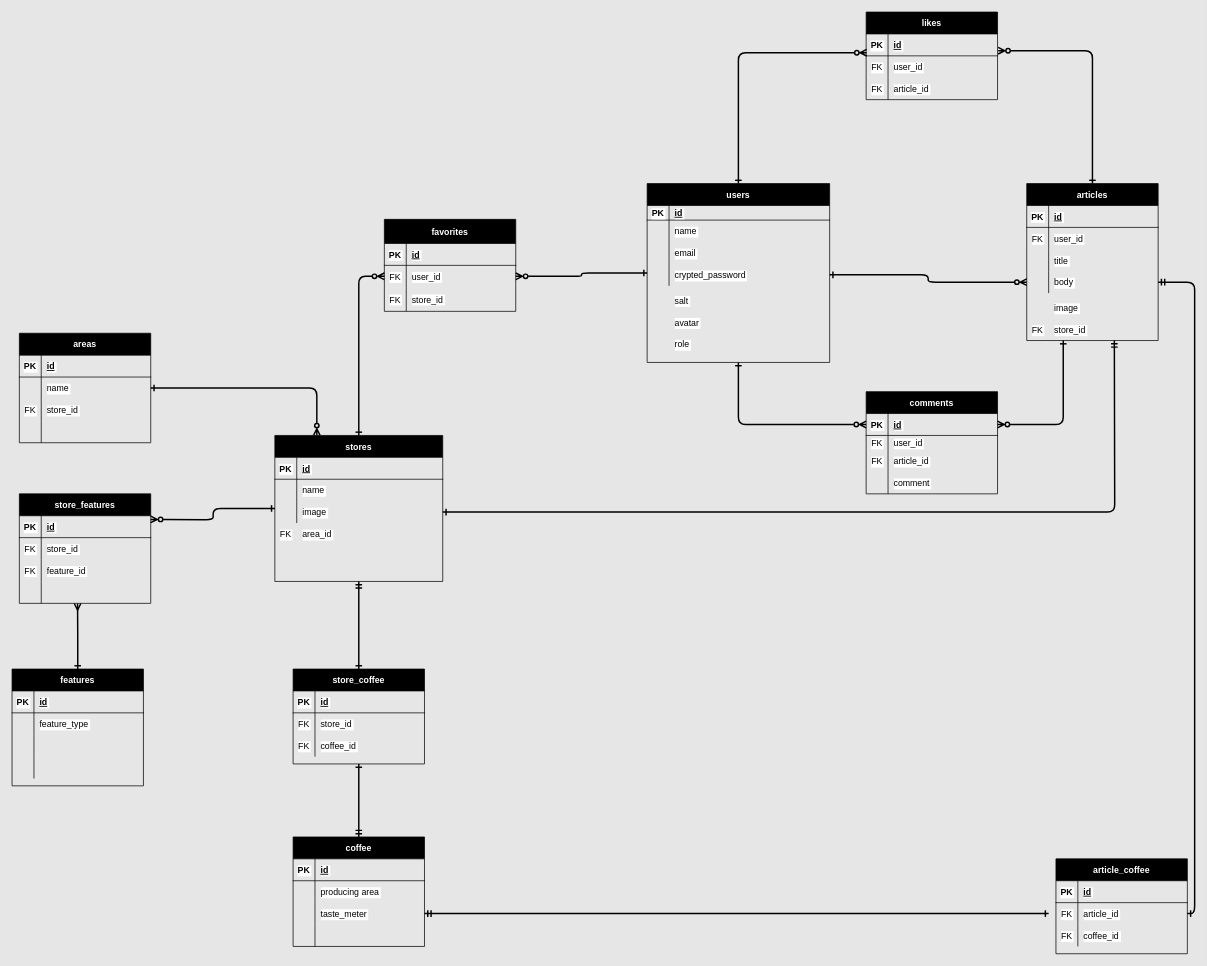
Above: er.drawio in oldnew194/cold_brew_app (draw.io), before the change. Source tidied: cells renumbered, new cells numbered last; positions are measured from the earlier drawing's top-left corner, leaving out a move shared by most shapes. Both pictures are drawn from the tidied source at 73%, with x=0, y=0 at pixel (12, 12).
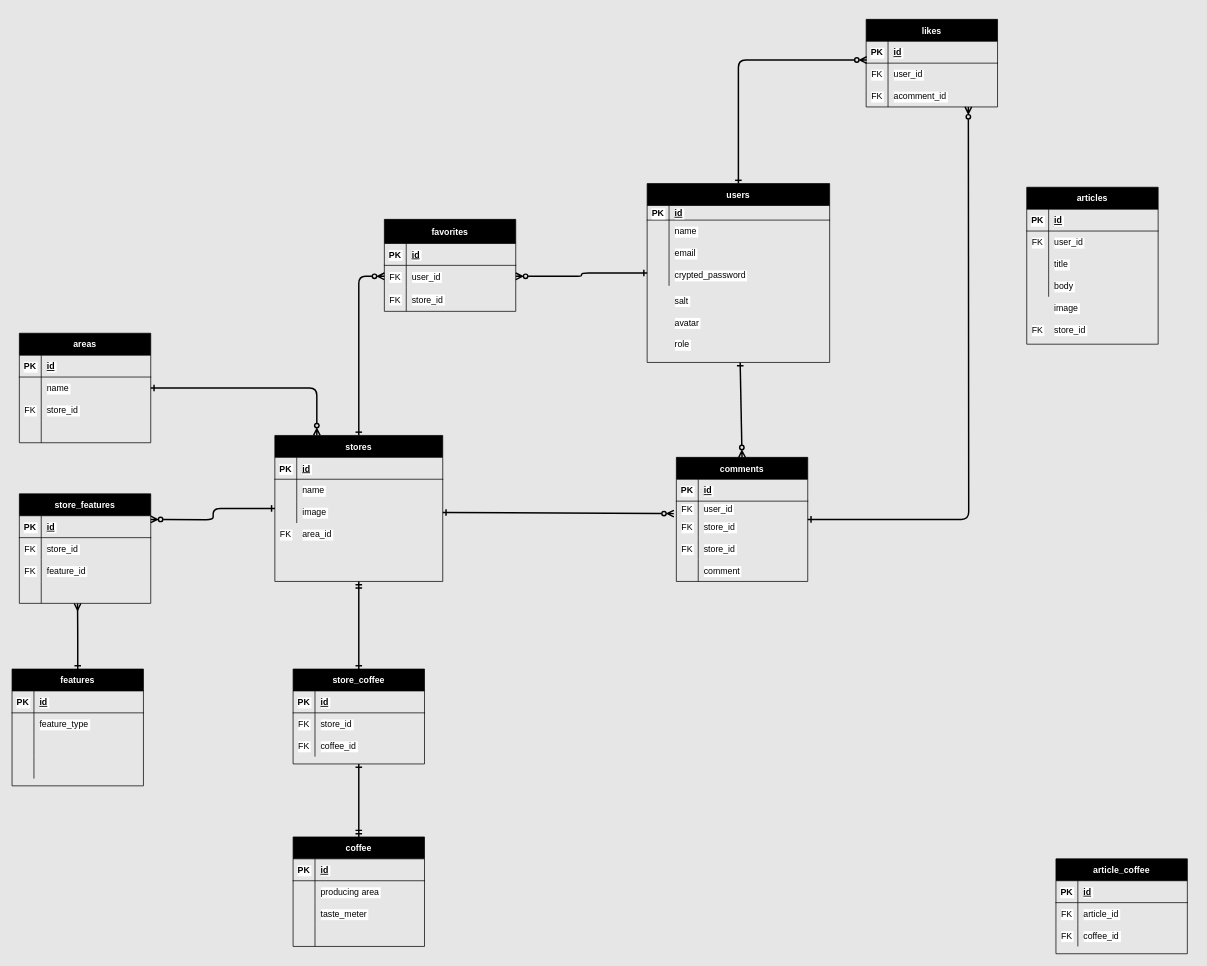
The same page after the edit.

The change refers to these unchanged cells:
```xml
<mxCell id="14" style="shape=partialRectangle;fillColor=none;top=0;left=0;bottom=0;right=0;points=[[0,0.5],[1,0.5]];portConstraint=eastwest;fontColor=#000000;labelBackgroundColor=#FFFFFF;strokeColor=#000000;" parent="4" vertex="1">
  <mxGeometry y="120" width="180" height="30" as="geometry" />
</mxCell>
<mxCell id="20" value="users" style="shape=table;startSize=30;childLayout=tableLayout;rowLines=0;fontStyle=1;align=center;labelBackgroundColor=#000000;fontColor=#FFFFFF;strokeColor=#000000;fillColor=#000000;" parent="1" vertex="1">
  <mxGeometry x="870" y="235" width="250" height="245" as="geometry" />
</mxCell>
<mxCell id="30" style="shape=partialRectangle;fillColor=none;top=0;left=0;bottom=0;right=0;points=[[0,0.5],[1,0.5]];portConstraint=eastwest;fontColor=#000000;labelBackgroundColor=#FFFFFF;strokeColor=#000000;" parent="20" vertex="1">
  <mxGeometry y="110" width="250" height="30" as="geometry" />
</mxCell>
<mxCell id="37" style="shape=partialRectangle;fillColor=none;top=0;left=0;bottom=0;right=0;points=[[0,0.5],[1,0.5]];portConstraint=eastwest;fontColor=#000000;labelBackgroundColor=#FFFFFF;strokeColor=#000000;" parent="33" vertex="1">
  <mxGeometry y="60" width="180" height="30" as="geometry" />
</mxCell>
<mxCell id="40" style="shape=partialRectangle;fillColor=none;top=0;left=0;bottom=0;right=0;fontColor=#000000;labelBackgroundColor=#FFFFFF;strokeColor=#000000;" parent="33" vertex="1">
  <mxGeometry y="90" width="180" height="30" as="geometry" />
</mxCell>
<mxCell id="57" style="shape=partialRectangle;fillColor=none;top=0;left=0;bottom=1;right=0;points=[[0,0.5],[1,0.5]];portConstraint=eastwest;fontColor=#000000;labelBackgroundColor=#FFFFFF;strokeColor=#000000;" parent="56" vertex="1">
  <mxGeometry y="30" width="180" height="30" as="geometry" />
</mxCell>
<mxCell id="63" style="shape=partialRectangle;fillColor=none;top=0;left=0;bottom=0;right=0;points=[[0,0.5],[1,0.5]];portConstraint=eastwest;fontColor=#000000;labelBackgroundColor=#FFFFFF;strokeColor=#000000;" parent="56" vertex="1">
  <mxGeometry y="80" width="180" height="30" as="geometry" />
</mxCell>
<mxCell id="77" style="shape=partialRectangle;fillColor=none;top=0;left=0;bottom=0;right=0;points=[[0,0.5],[1,0.5]];portConstraint=eastwest;fontColor=#000000;labelBackgroundColor=#FFFFFF;strokeColor=#000000;" parent="70" vertex="1">
  <mxGeometry y="90" width="180" height="30" as="geometry" />
</mxCell>
<mxCell id="93" style="shape=partialRectangle;fillColor=none;top=0;left=0;bottom=0;right=0;points=[[0,0.5],[1,0.5]];portConstraint=eastwest;fontColor=#000000;labelBackgroundColor=#FFFFFF;strokeColor=#000000;" parent="86" vertex="1">
  <mxGeometry y="90" width="230" height="30" as="geometry" />
</mxCell>
<mxCell id="155" style="shape=partialRectangle;fillColor=none;top=0;left=0;bottom=0;right=0;points=[[0,0.5],[1,0.5]];portConstraint=eastwest;fontColor=#000000;labelBackgroundColor=#FFFFFF;strokeColor=#000000;" parent="151" vertex="1">
  <mxGeometry y="60" width="180" height="30" as="geometry" />
</mxCell>
```

The edit, as a diff of the source:
```diff
@@
-    <mxCell id="2" style="edgeStyle=orthogonalEdgeStyle;html=1;entryX=1;entryY=0.5;entryDx=0;entryDy=0;startArrow=ERone;startFill=0;endArrow=ERzeroToMany;endFill=0;strokeWidth=2;fontColor=#000000;labelBackgroundColor=#FFFFFF;strokeColor=#000000;" parent="1" edge="1" source="4" target="57">
-      <mxGeometry relative="1" as="geometry">
-        <Array as="points">
-          <mxPoint x="1440" y="565" />
-        </Array>
-      </mxGeometry>
-    </mxCell>
-    <mxCell id="3" style="edgeStyle=orthogonalEdgeStyle;html=1;entryX=1.005;entryY=-0.233;entryDx=0;entryDy=0;entryPerimeter=0;labelBackgroundColor=#FFFFFF;fontColor=#000000;startArrow=ERone;startFill=0;endArrow=ERzeroToMany;endFill=0;strokeColor=#000000;strokeWidth=2;" parent="1" edge="1" source="4" target="37">
-      <mxGeometry relative="1" as="geometry" />
-    </mxCell>
     <mxCell id="4" value="articles" style="shape=table;startSize=30;childLayout=tableLayout;rowLines=0;fontStyle=1;align=center;fontColor=#FFFFFF;labelBackgroundColor=#000000;swimlaneFillColor=none;gradientColor=none;strokeColor=#000000;fillColor=#000000;" parent="1" vertex="1">
-      <mxGeometry x="1390" y="235" width="180" height="215" as="geometry" />
+      <mxGeometry x="1390" y="240" width="180" height="215" as="geometry" />
     </mxCell>
@@
-    <mxCell id="18" style="edgeStyle=orthogonalEdgeStyle;html=1;entryX=0;entryY=0.5;entryDx=0;entryDy=0;labelBackgroundColor=#FFFFFF;fontColor=#000000;strokeColor=#000000;startArrow=ERone;startFill=0;endArrow=ERzeroToMany;endFill=0;strokeWidth=2;" parent="1" edge="1" source="20" target="57">
-      <mxGeometry relative="1" as="geometry" />
-    </mxCell>
@@
+    <mxCell id="166" style="edgeStyle=none;html=1;entryX=0.5;entryY=0;entryDx=0;entryDy=0;startArrow=ERone;startFill=0;endArrow=ERzeroToMany;endFill=0;strokeColor=#000000;strokeWidth=2;" parent="1" edge="1" source="20" target="56">
+      <mxGeometry relative="1" as="geometry" />
+    </mxCell>
@@
     <mxCell id="33" value="likes" style="shape=table;startSize=30;childLayout=tableLayout;rowLines=0;fontStyle=1;align=center;fontColor=#FFFFFF;labelBackgroundColor=#000000;strokeColor=#000000;fillColor=#000000;" parent="1" vertex="1">
-      <mxGeometry x="1170" width="180" height="120" as="geometry" />
+      <mxGeometry x="1170" y="10" width="180" height="120" as="geometry" />
     </mxCell>
@@
-    <mxCell id="42" value="article_id" style="shape=partialRectangle;fillColor=none;top=0;left=0;bottom=0;right=0;align=left;spacingLeft=6;overflow=hidden;fontColor=#000000;labelBackgroundColor=#FFFFFF;strokeColor=#000000;" parent="40" vertex="1">
+    <mxCell id="42" value="acomment_id" style="shape=partialRectangle;fillColor=none;top=0;left=0;bottom=0;right=0;align=left;spacingLeft=6;overflow=hidden;fontColor=#000000;labelBackgroundColor=#FFFFFF;strokeColor=#000000;" parent="40" vertex="1">
       <mxGeometry x="30" width="150" height="30" as="geometry" />
     </mxCell>
@@
+    <mxCell id="167" style="edgeStyle=orthogonalEdgeStyle;html=1;startArrow=ERone;startFill=0;endArrow=ERzeroToMany;endFill=0;strokeColor=#000000;strokeWidth=2;" parent="1" edge="1" source="56">
+      <mxGeometry relative="1" as="geometry">
+        <mxPoint x="1310" y="130" as="targetPoint" />
+      </mxGeometry>
+    </mxCell>
     <mxCell id="56" value="comments" style="shape=table;startSize=30;childLayout=tableLayout;rowLines=0;fontStyle=1;align=center;fontColor=#FFFFFF;labelBackgroundColor=#000000;strokeColor=#000000;fillColor=#000000;" parent="1" vertex="1">
-      <mxGeometry x="1170" y="520" width="180" height="140" as="geometry" />
+      <mxGeometry x="910" y="610" width="180" height="170" as="geometry" />
     </mxCell>
@@
-    <mxCell id="65" value="article_id" style="shape=partialRectangle;fillColor=none;top=0;left=0;bottom=0;right=0;align=left;spacingLeft=6;overflow=hidden;fontColor=#000000;labelBackgroundColor=#FFFFFF;strokeColor=#000000;" parent="63" vertex="1">
+    <mxCell id="65" value="store_id" style="shape=partialRectangle;fillColor=none;top=0;left=0;bottom=0;right=0;align=left;spacingLeft=6;overflow=hidden;fontColor=#000000;labelBackgroundColor=#FFFFFF;strokeColor=#000000;" parent="63" vertex="1">
       <mxGeometry x="30" width="150" height="30" as="geometry" />
     </mxCell>
+    <mxCell id="168" style="shape=partialRectangle;fillColor=none;top=0;left=0;bottom=0;right=0;fontColor=#000000;labelBackgroundColor=#FFFFFF;strokeColor=#000000;" parent="56" vertex="1">
+      <mxGeometry y="110" width="180" height="30" as="geometry" />
+    </mxCell>
+    <mxCell id="169" value="FK" style="shape=partialRectangle;fillColor=none;top=0;left=0;bottom=0;right=0;overflow=hidden;fontColor=#000000;labelBackgroundColor=#FFFFFF;strokeColor=#000000;" parent="168" vertex="1">
+      <mxGeometry width="30" height="30" as="geometry" />
+    </mxCell>
+    <mxCell id="170" value="store_id" style="shape=partialRectangle;fillColor=none;top=0;left=0;bottom=0;right=0;align=left;spacingLeft=6;overflow=hidden;fontColor=#000000;labelBackgroundColor=#FFFFFF;strokeColor=#000000;" parent="168" vertex="1">
+      <mxGeometry x="30" width="150" height="30" as="geometry" />
+    </mxCell>
     <mxCell id="66" style="shape=partialRectangle;fillColor=none;top=0;left=0;bottom=0;right=0;fontColor=#000000;labelBackgroundColor=#FFFFFF;strokeColor=#000000;" parent="56" vertex="1">
-      <mxGeometry y="110" width="180" height="30" as="geometry" />
+      <mxGeometry y="140" width="180" height="30" as="geometry" />
     </mxCell>
@@
-    <mxCell id="149" style="edgeStyle=orthogonalEdgeStyle;html=1;entryX=0;entryY=0.5;entryDx=0;entryDy=0;labelBackgroundColor=#FFFFFF;fontColor=#000000;startArrow=ERone;startFill=0;endArrow=ERzeroToMany;endFill=0;strokeColor=#000000;strokeWidth=2;" parent="1" edge="1" source="30" target="14">
-      <mxGeometry relative="1" as="geometry" />
-    </mxCell>
@@
-    <mxCell id="161" style="edgeStyle=orthogonalEdgeStyle;html=1;labelBackgroundColor=#FFFFFF;fontColor=#FFFFFF;startArrow=ERmandOne;startFill=0;endArrow=ERone;endFill=0;strokeColor=#000000;strokeWidth=2;" parent="1" edge="1" source="77">
-      <mxGeometry relative="1" as="geometry">
-        <mxPoint x="1420" y="1235" as="targetPoint" />
-      </mxGeometry>
-    </mxCell>
-    <mxCell id="162" style="edgeStyle=orthogonalEdgeStyle;html=1;entryX=1;entryY=0.5;entryDx=0;entryDy=0;labelBackgroundColor=#FFFFFF;fontColor=#FFFFFF;startArrow=ERmandOne;startFill=0;endArrow=ERone;endFill=0;strokeColor=#000000;strokeWidth=2;" parent="1" edge="1" source="14" target="155">
-      <mxGeometry relative="1" as="geometry" />
-    </mxCell>
-    <mxCell id="163" style="edgeStyle=orthogonalEdgeStyle;html=1;labelBackgroundColor=#FFFFFF;fontColor=#FFFFFF;startArrow=ERone;startFill=0;endArrow=ERmandOne;endFill=0;strokeColor=#000000;strokeWidth=2;" parent="1" edge="1" source="93">
-      <mxGeometry relative="1" as="geometry">
-        <mxPoint x="1510" y="450" as="targetPoint" />
-      </mxGeometry>
-    </mxCell>
@@
+    <mxCell id="171" style="edgeStyle=none;html=1;entryX=-0.019;entryY=-0.096;entryDx=0;entryDy=0;entryPerimeter=0;strokeColor=#000000;strokeWidth=2;startArrow=ERone;startFill=0;endArrow=ERzeroToMany;endFill=0;" parent="1" edge="1" source="93" target="63">
+      <mxGeometry relative="1" as="geometry" />
+    </mxCell>
```
